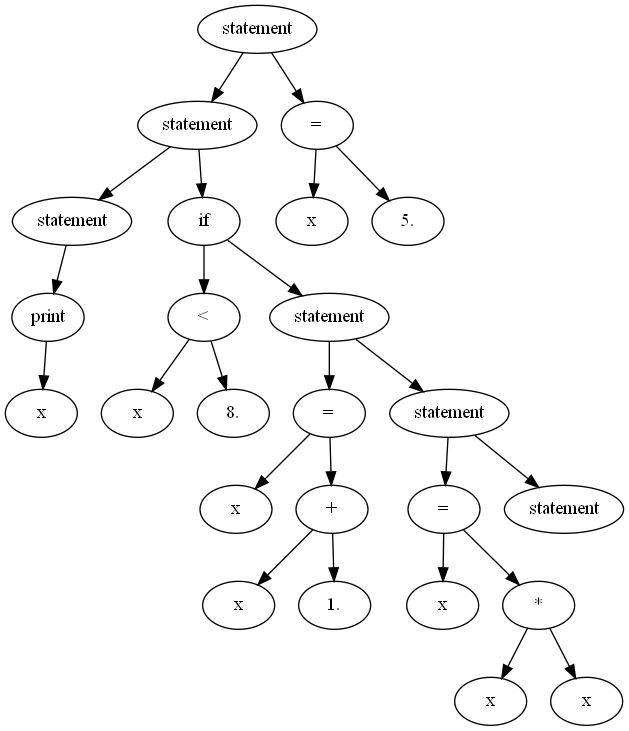
Above: russkie_alga!/parse.png in matmuher/flip-flop (Graphviz), before the change. Its source is kept beside it as russkie_alga!/parse.dot.
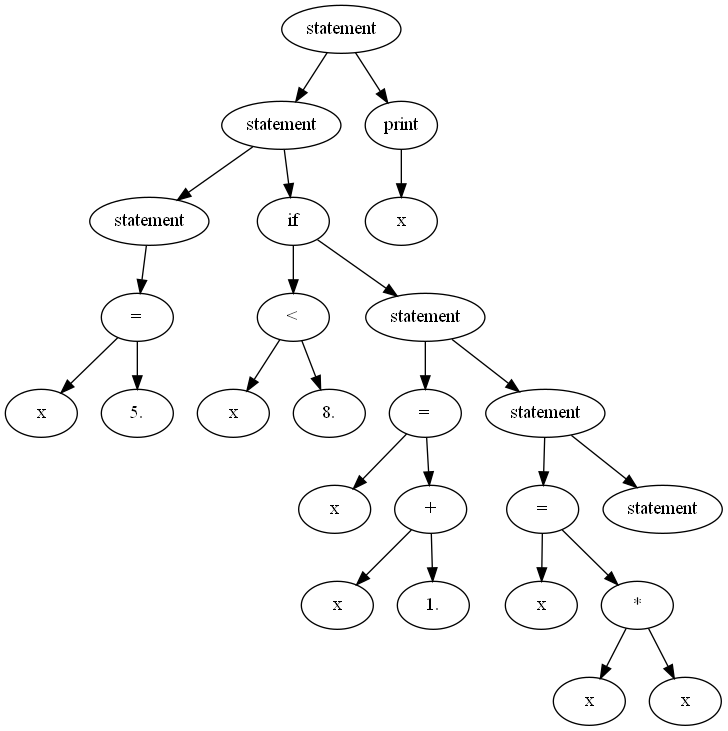
The same file after the commit.

What changed in the source:
```diff
@@ -1,51 +1,51 @@
 digraph G {
-A00B02460 [label = "statement"];
-A00B02460 -> A00B035B8;
-A00B02460 -> A00B03590;
-A00B035B8 [label = "statement"];
-A00B035B8 -> A00B06BF8;
-A00B035B8 -> A00B06C58;
-A00B06BF8 [label = "statement"];
-A00B06BF8 -> A00B06CA0;
-A00B06CA0 [label = "print"];
-A00B06CA0 -> A00B06D18;
-A00B06D18 [label = "x"];
-A00B06C58 [label = "if"];
-A00B06C58 -> A00B004B0;
-A00B06C58 -> A00B004D8;
-A00B004B0 [label = "<"];
-A00B004B0 -> A00B035E8;
-A00B004B0 -> A00B03610;
-A00B035E8 [label = "x"];
-A00B03610 [label = "8."];
-A00B004D8 [label = "statement"];
-A00B004D8 -> A00B06C10;
-A00B004D8 -> A00B06D00;
-A00B06C10 [label = "="];
-A00B06C10 -> A00B00508;
-A00B06C10 -> A00B00550;
-A00B00508 [label = "x"];
-A00B00550 [label = "+"];
-A00B00550 -> A00B00520;
-A00B00550 -> A00B00538;
-A00B00520 [label = "x"];
-A00B00538 [label = "1."];
-A00B06D00 [label = "statement"];
-A00B06D00 -> A00B06C88;
-A00B06D00 -> A00B06BE0;
-A00B06C88 [label = "="];
-A00B06C88 -> A00B06C28;
-A00B06C88 -> A00B06BC8;
-A00B06C28 [label = "x"];
-A00B06BC8 [label = "*"];
-A00B06BC8 -> A00B06CB8;
-A00B06BC8 -> A00B06C70;
-A00B06CB8 [label = "x"];
-A00B06C70 [label = "x"];
-A00B06BE0 [label = "statement"];
-A00B03590 [label = "="];
-A00B03590 -> A00B02490;
-A00B03590 -> A00B03568;
-A00B02490 [label = "x"];
-A00B03568 [label = "5."];
+A007A6CA0 [label = "statement"];
+A007A6CA0 -> A007A35D0;
+A007A6CA0 -> A007A6CE8;
+A007A35D0 [label = "statement"];
+A007A35D0 -> A007A2478;
+A007A35D0 -> A007A6C58;
+A007A2478 [label = "statement"];
+A007A2478 -> A007A35A8;
+A007A35A8 [label = "="];
+A007A35A8 -> A007A24A8;
+A007A35A8 -> A007A3580;
+A007A24A8 [label = "x"];
+A007A3580 [label = "5."];
+A007A6C58 [label = "if"];
+A007A6C58 -> A007A04B0;
+A007A6C58 -> A007A04D8;
+A007A04B0 [label = "<"];
+A007A04B0 -> A007A3600;
+A007A04B0 -> A007A3628;
+A007A3600 [label = "x"];
+A007A3628 [label = "8."];
+A007A04D8 [label = "statement"];
+A007A04D8 -> A007A6D60;
+A007A04D8 -> A007A6C28;
+A007A6D60 [label = "="];
+A007A6D60 -> A007A0508;
+A007A6D60 -> A007A0550;
+A007A0508 [label = "x"];
+A007A0550 [label = "+"];
+A007A0550 -> A007A0520;
+A007A0550 -> A007A0538;
+A007A0520 [label = "x"];
+A007A0538 [label = "1."];
+A007A6C28 [label = "statement"];
+A007A6C28 -> A007A6BC8;
+A007A6C28 -> A007A6BE0;
+A007A6BC8 [label = "="];
+A007A6BC8 -> A007A6D00;
+A007A6BC8 -> A007A6C40;
+A007A6D00 [label = "x"];
+A007A6C40 [label = "*"];
+A007A6C40 -> A007A6C70;
+A007A6C40 -> A007A6D48;
+A007A6C70 [label = "x"];
+A007A6D48 [label = "x"];
+A007A6BE0 [label = "statement"];
+A007A6CE8 [label = "print"];
+A007A6CE8 -> A007A6D18;
+A007A6D18 [label = "x"];
 }
```
